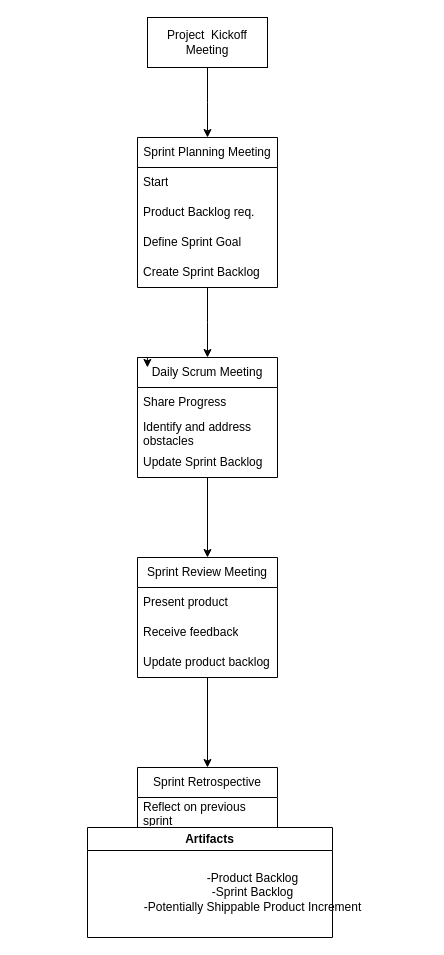
The draw.io diagram Assignment 3: Pt 1 - Scrum (Individual submission).drawio in ankitaraj24/Final-Submission-CS1530, before the edit. Source tidied: cells renumbered, new cells numbered last; positions are measured from the earlier drawing's top-left corner, leaving out a move shared by most shapes. Both pictures are drawn from the tidied source at 100%, with x=0, y=0 at pixel (77, 17).
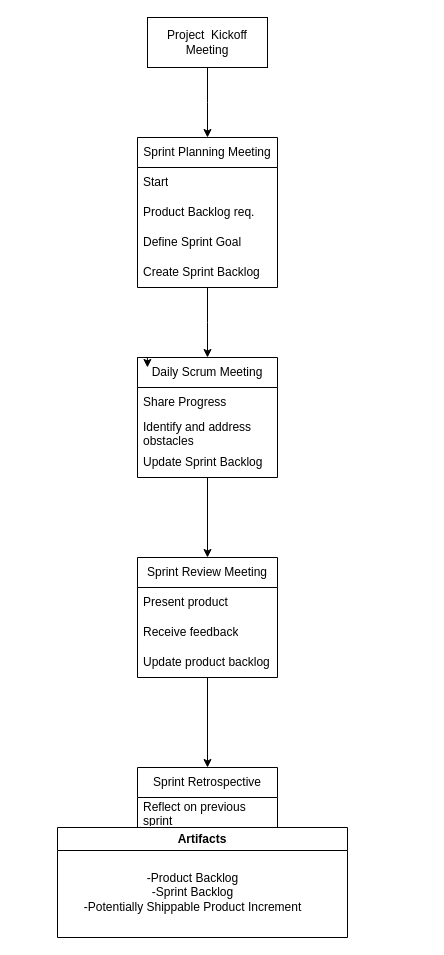
After the change.

Diff of the diagram source:
```diff
@@
     <mxCell id="23" value="Artifacts" style="swimlane;whiteSpace=wrap;html=1;" parent="1" vertex="1">
-      <mxGeometry x="10" y="810" width="245" height="110" as="geometry" />
+      <mxGeometry x="-20" y="810" width="290" height="110" as="geometry" />
     </mxCell>
-    <mxCell id="24" value="-Product Backlog&lt;br&gt;-Sprint Backlog&lt;br&gt;-Potentially Shippable&amp;nbsp;Product Increment" style="text;html=1;align=center;verticalAlign=middle;strokeColor=none;fillColor=none;" parent="1" vertex="1">
-      <mxGeometry y="840" width="350" height="70" as="geometry" />
+    <mxCell id="24" value="-Product Backlog&lt;br&gt;-Sprint Backlog&lt;br&gt;-Potentially Shippable&amp;nbsp;Product Increment" style="text;html=1;align=center;verticalAlign=middle;strokeColor=none;fillColor=none;" parent="23" vertex="1">
+      <mxGeometry x="-40" y="30" width="350" height="70" as="geometry" />
     </mxCell>
```
